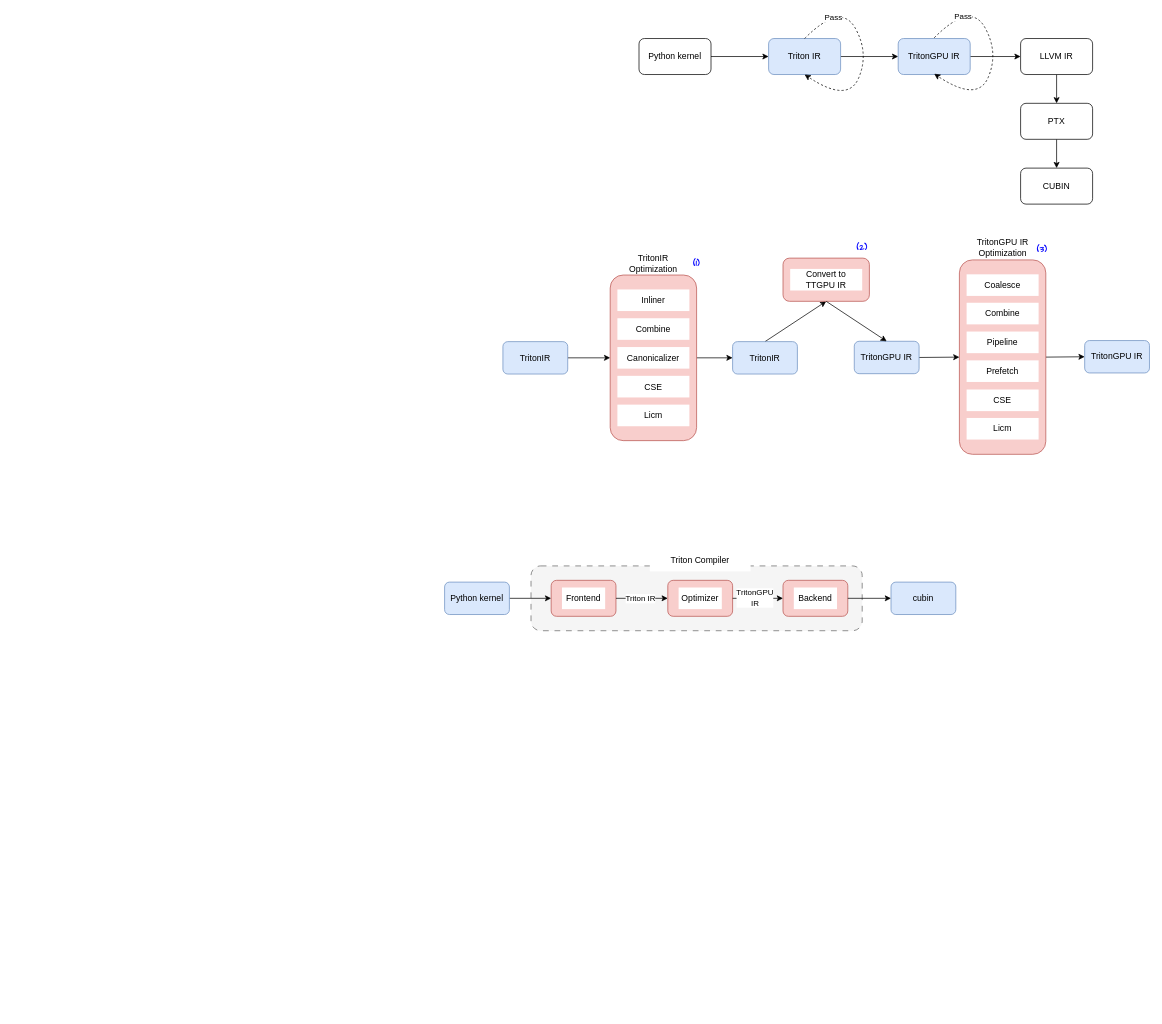
Above: triton-publish.drawio in Superjomn/_tmp_images (draw.io), before the change. Source tidied: cells renumbered, new cells numbered last; positions are measured from the earlier drawing's top-left corner, leaving out a move shared by most shapes. Both pictures are drawn from the tidied source at 72%, with x=0, y=0 at pixel (444, 1).
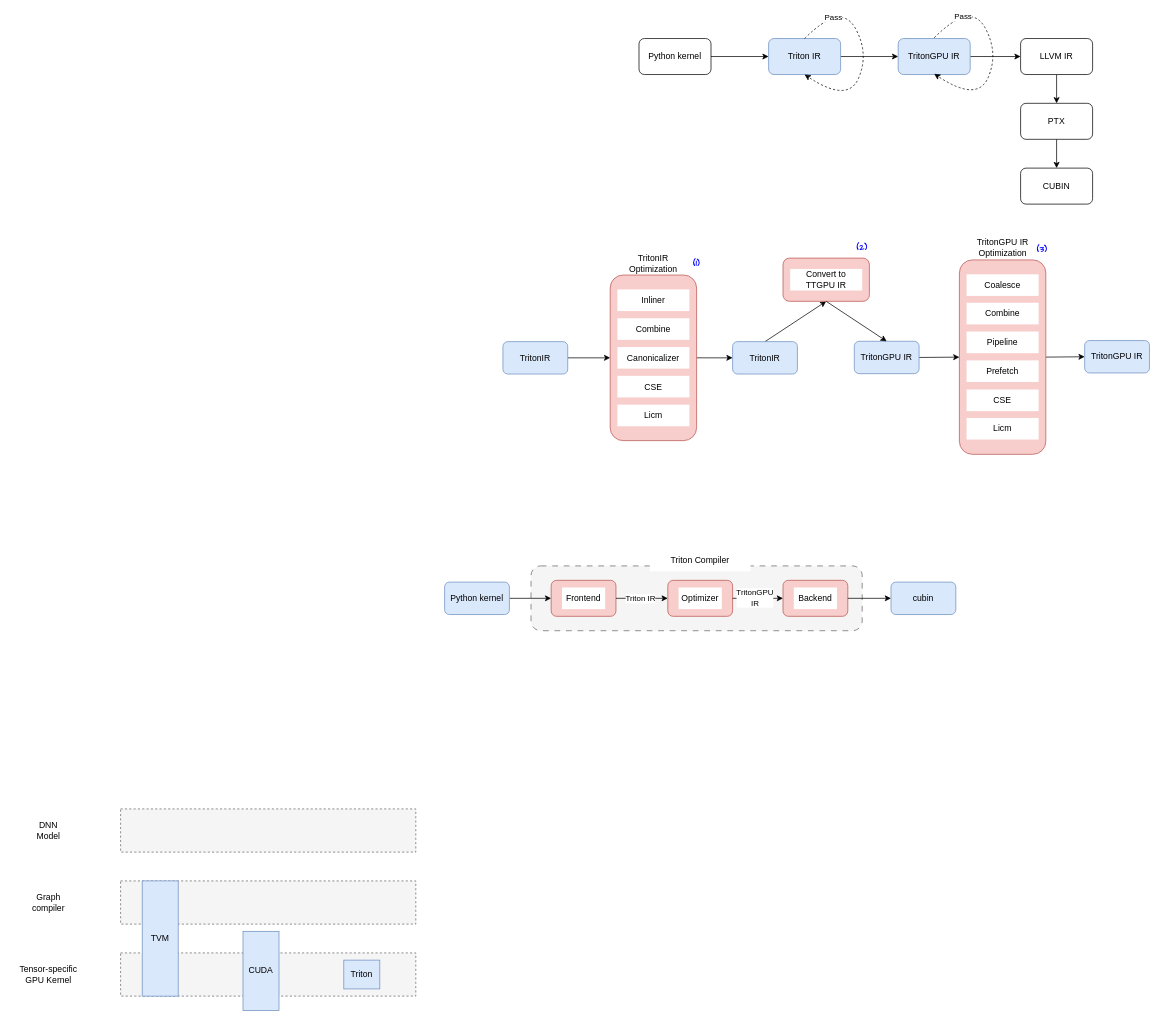
The same diagram, later.

What changed in the source:
```diff
@@
+    <mxCell id="67" style="rounded=0;whiteSpace=wrap;html=1;fillColor=#f5f5f5;strokeColor=#666666;fontColor=#333333;dashed=1;" parent="1" vertex="1">
+      <mxGeometry x="-450" y="1121" width="410" height="60" as="geometry" />
+    </mxCell>
+    <mxCell id="68" style="rounded=0;whiteSpace=wrap;html=1;fillColor=#f5f5f5;strokeColor=#666666;fontColor=#333333;dashed=1;" parent="1" vertex="1">
+      <mxGeometry x="-450" y="1221" width="410" height="60" as="geometry" />
+    </mxCell>
+    <mxCell id="69" style="rounded=0;whiteSpace=wrap;html=1;fillColor=#f5f5f5;strokeColor=#666666;fontColor=#333333;dashed=1;" parent="1" vertex="1">
+      <mxGeometry x="-450" y="1321" width="410" height="60" as="geometry" />
+    </mxCell>
+    <mxCell id="70" value="DNN Model" style="text;html=1;strokeColor=none;fillColor=none;align=center;verticalAlign=middle;whiteSpace=wrap;rounded=0;" parent="1" vertex="1">
+      <mxGeometry x="-580" y="1136" width="60" height="30" as="geometry" />
+    </mxCell>
+    <mxCell id="71" value="Graph compiler" style="text;html=1;strokeColor=none;fillColor=none;align=center;verticalAlign=middle;whiteSpace=wrap;rounded=0;" parent="1" vertex="1">
+      <mxGeometry x="-580" y="1236" width="60" height="30" as="geometry" />
+    </mxCell>
+    <mxCell id="72" value="Tensor-specific&lt;br&gt;GPU Kernel" style="text;html=1;strokeColor=none;fillColor=none;align=center;verticalAlign=middle;whiteSpace=wrap;rounded=0;" parent="1" vertex="1">
+      <mxGeometry x="-600" y="1336" width="100" height="30" as="geometry" />
+    </mxCell>
+    <mxCell id="73" value="TVM" style="rounded=0;whiteSpace=wrap;html=1;fillColor=#dae8fc;strokeColor=#6c8ebf;" parent="1" vertex="1">
+      <mxGeometry x="-420" y="1221" width="50" height="160" as="geometry" />
+    </mxCell>
+    <mxCell id="74" value="CUDA" style="rounded=0;whiteSpace=wrap;html=1;fillColor=#dae8fc;strokeColor=#6c8ebf;" parent="1" vertex="1">
+      <mxGeometry x="-280" y="1291" width="50" height="110" as="geometry" />
+    </mxCell>
+    <mxCell id="75" value="Triton" style="rounded=0;whiteSpace=wrap;html=1;fillColor=#dae8fc;strokeColor=#6c8ebf;" parent="1" vertex="1">
+      <mxGeometry x="-140" y="1331" width="50" height="40" as="geometry" />
+    </mxCell>
```
